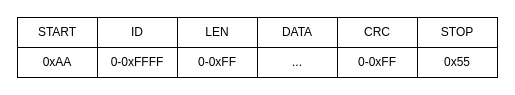
Above: doc/com.drawio in Matteo-Penaud/home_cockpit (draw.io), before the change. Source tidied: cells renumbered, new cells numbered last; positions are measured from the earlier drawing's top-left corner, leaving out a move shared by most shapes. Both pictures are drawn from the tidied source at 100%, with x=0, y=0 at pixel (17, 17).
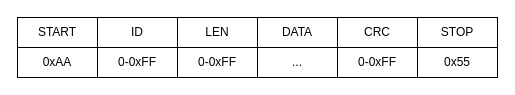
After the change.

What changed in the source:
```diff
@@
 <mxGraphModel>
   <root>
     <mxCell id="0" />
     <mxCell id="1" parent="0" />
     <mxCell id="2" value="START" style="rounded=0;whiteSpace=wrap;html=1;" parent="1" vertex="1">
       <mxGeometry width="80" height="30" as="geometry" />
     </mxCell>
     <mxCell id="3" value="ID" style="rounded=0;whiteSpace=wrap;html=1;" parent="1" vertex="1">
       <mxGeometry x="80" width="80" height="30" as="geometry" />
     </mxCell>
     <mxCell id="4" value="LEN" style="rounded=0;whiteSpace=wrap;html=1;" parent="1" vertex="1">
       <mxGeometry x="160" width="80" height="30" as="geometry" />
     </mxCell>
     <mxCell id="5" value="DATA" style="rounded=0;whiteSpace=wrap;html=1;" parent="1" vertex="1">
       <mxGeometry x="240" width="80" height="30" as="geometry" />
     </mxCell>
     <mxCell id="6" value="CRC" style="rounded=0;whiteSpace=wrap;html=1;" parent="1" vertex="1">
       <mxGeometry x="320" width="80" height="30" as="geometry" />
     </mxCell>
     <mxCell id="7" value="STOP" style="rounded=0;whiteSpace=wrap;html=1;" parent="1" vertex="1">
       <mxGeometry x="400" width="80" height="30" as="geometry" />
     </mxCell>
     <mxCell id="8" value="0xAA" style="rounded=0;whiteSpace=wrap;html=1;" parent="1" vertex="1">
       <mxGeometry y="30" width="80" height="30" as="geometry" />
     </mxCell>
-    <mxCell id="9" value="0-0xFFFF" style="rounded=0;whiteSpace=wrap;html=1;" parent="1" vertex="1">
+    <mxCell id="9" value="0-0xFF" style="rounded=0;whiteSpace=wrap;html=1;" parent="1" vertex="1">
       <mxGeometry x="80" y="30" width="80" height="30" as="geometry" />
     </mxCell>
     <mxCell id="10" value="0-0xFF" style="rounded=0;whiteSpace=wrap;html=1;" parent="1" vertex="1">
       <mxGeometry x="160" y="30" width="80" height="30" as="geometry" />
     </mxCell>
     <mxCell id="11" value="..." style="rounded=0;whiteSpace=wrap;html=1;" parent="1" vertex="1">
       <mxGeometry x="240" y="30" width="80" height="30" as="geometry" />
     </mxCell>
     <mxCell id="12" value="0-0xFF" style="rounded=0;whiteSpace=wrap;html=1;" parent="1" vertex="1">
       <mxGeometry x="320" y="30" width="80" height="30" as="geometry" />
     </mxCell>
     <mxCell id="13" value="0x55" style="rounded=0;whiteSpace=wrap;html=1;" parent="1" vertex="1">
       <mxGeometry x="400" y="30" width="80" height="30" as="geometry" />
     </mxCell>
   </root>
 </mxGraphModel>
```
